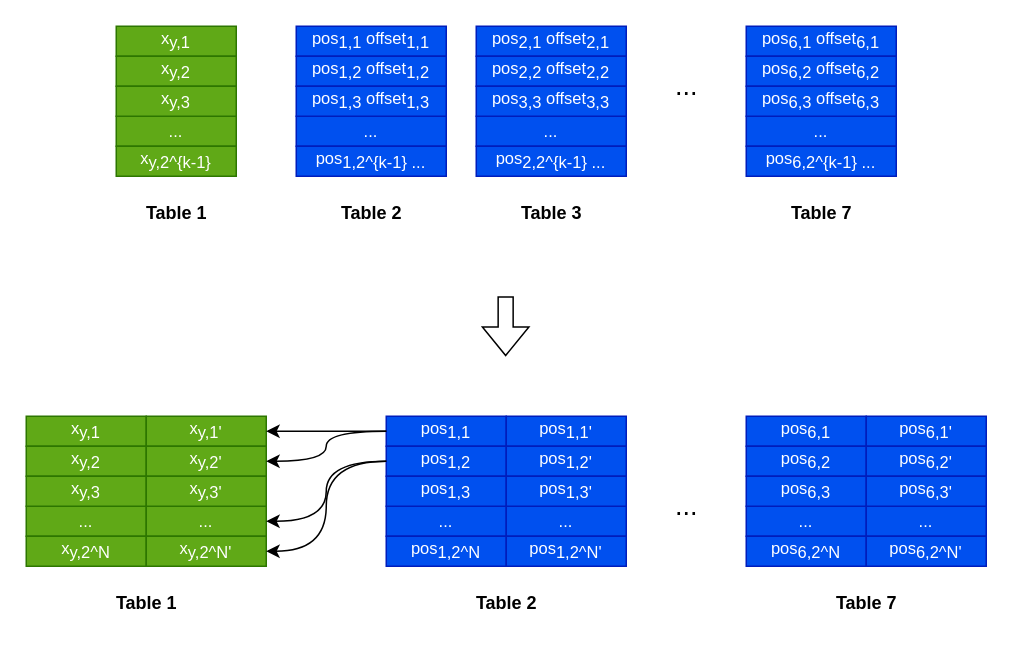
Above: page "stage3" (3 of 4) of bladebit-compression/phases.drawio in hanggrian/IIT-CS554 (draw.io), before the change. Source tidied: cells renumbered, new cells numbered last; positions are measured from the earlier drawing's top-left corner, leaving out a move shared by most shapes. Both pictures are drawn from the tidied source at 150%, with x=0, y=0 at pixel (26, 26).
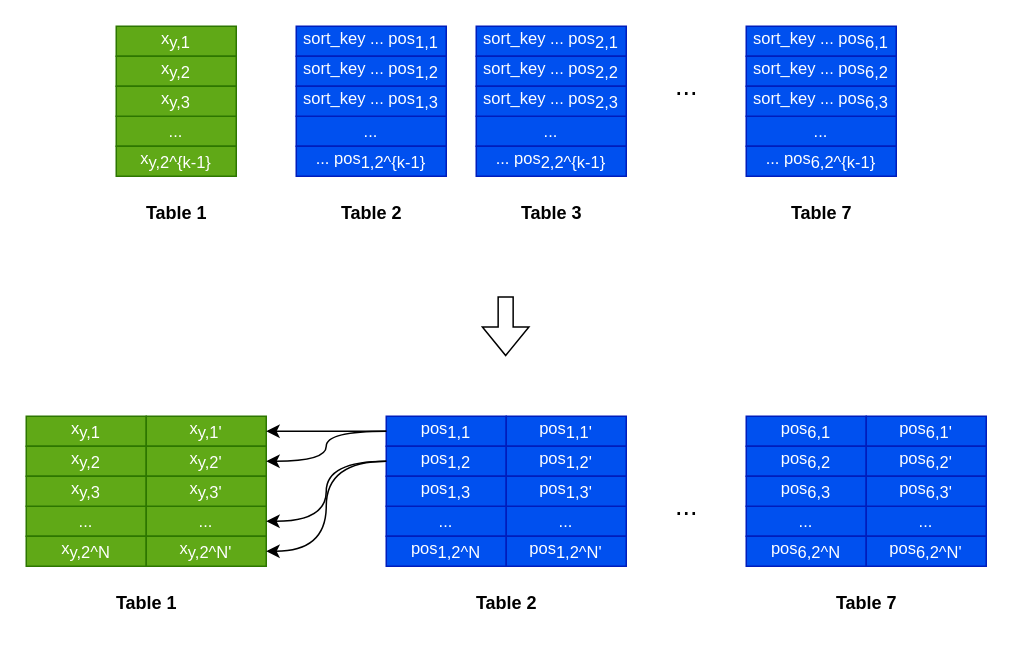
After the change.

Diff of the diagram source:
```diff
@@
-    <mxCell id="3" value="..." style="text;html=1;align=center;verticalAlign=middle;strokeColor=none;fillColor=none;fontSize=18;fontStyle=0;" parent="1" vertex="1">
-      <mxGeometry x="420" y="20" width="40" height="40" as="geometry" />
-    </mxCell>
-    <mxCell id="4" style="group;fontSize=11;" parent="1" vertex="1">
-      <mxGeometry x="60" width="80" height="100" as="geometry" />
-    </mxCell>
-    <mxCell id="5" value="x&lt;sub style=&quot;font-size: 11px;&quot;&gt;y,&lt;/sub&gt;&lt;span style=&quot;font-size: 11px;&quot;&gt;&lt;sub style=&quot;font-size: 11px;&quot;&gt;1&lt;/sub&gt;&lt;/span&gt;" style="rounded=0;whiteSpace=wrap;html=1;fontSize=11;fillColor=#60a917;fontColor=#ffffff;strokeColor=#2D7600;" parent="4" vertex="1">
-      <mxGeometry width="80" height="20" as="geometry" />
-    </mxCell>
-    <mxCell id="6" value="x&lt;sub style=&quot;font-size: 11px;&quot;&gt;y,&lt;/sub&gt;&lt;span style=&quot;font-size: 11px;&quot;&gt;&lt;sub style=&quot;font-size: 11px;&quot;&gt;2&lt;/sub&gt;&lt;/span&gt;" style="rounded=0;whiteSpace=wrap;html=1;fontSize=11;fillColor=#60a917;fontColor=#ffffff;strokeColor=#2D7600;" parent="4" vertex="1">
-      <mxGeometry y="20" width="80" height="20" as="geometry" />
-    </mxCell>
-    <mxCell id="7" value="..." style="rounded=0;whiteSpace=wrap;html=1;fontSize=11;fillColor=#60a917;fontColor=#ffffff;strokeColor=#2D7600;" parent="4" vertex="1">
-      <mxGeometry y="60" width="80" height="20" as="geometry" />
-    </mxCell>
-    <mxCell id="8" value="x&lt;sub style=&quot;font-size: 11px;&quot;&gt;y,2^{k-1}&lt;/sub&gt;" style="rounded=0;whiteSpace=wrap;html=1;fontSize=11;fillColor=#60a917;fontColor=#ffffff;strokeColor=#2D7600;" parent="4" vertex="1">
-      <mxGeometry y="80" width="80" height="20" as="geometry" />
-    </mxCell>
-    <mxCell id="9" value="x&lt;sub style=&quot;font-size: 11px;&quot;&gt;y,&lt;/sub&gt;&lt;span style=&quot;font-size: 11px;&quot;&gt;&lt;sub style=&quot;font-size: 11px;&quot;&gt;3&lt;/sub&gt;&lt;/span&gt;" style="rounded=0;whiteSpace=wrap;html=1;fontSize=11;fillColor=#60a917;fontColor=#ffffff;strokeColor=#2D7600;" parent="4" vertex="1">
-      <mxGeometry y="40" width="80" height="20" as="geometry" />
-    </mxCell>
-    <mxCell id="10" style="group;fontSize=11;" parent="1" vertex="1">
-      <mxGeometry x="180" width="100" height="100" as="geometry" />
-    </mxCell>
-    <mxCell id="11" value="pos&lt;sub style=&quot;font-size: 11px;&quot;&gt;1,1&lt;/sub&gt;&lt;span style=&quot;white-space: pre; font-size: 11px;&quot;&gt; &lt;/span&gt;offset&lt;sub style=&quot;font-size: 11px;&quot;&gt;1,1&lt;/sub&gt;" style="rounded=0;whiteSpace=wrap;html=1;fontSize=11;fillColor=#0050ef;fontColor=#ffffff;strokeColor=#001DBC;" parent="10" vertex="1">
-      <mxGeometry width="100" height="20" as="geometry" />
-    </mxCell>
-    <mxCell id="12" value="pos&lt;sub style=&quot;font-size: 11px;&quot;&gt;1,2&lt;/sub&gt;&lt;span style=&quot;white-space: pre; font-size: 11px;&quot;&gt; &lt;/span&gt;offset&lt;sub style=&quot;font-size: 11px;&quot;&gt;1,2&lt;/sub&gt;" style="rounded=0;whiteSpace=wrap;html=1;fontSize=11;fillColor=#0050ef;fontColor=#ffffff;strokeColor=#001DBC;" parent="10" vertex="1">
-      <mxGeometry y="20" width="100" height="20" as="geometry" />
-    </mxCell>
-    <mxCell id="13" value="..." style="rounded=0;whiteSpace=wrap;html=1;fontSize=11;fillColor=#0050ef;fontColor=#ffffff;strokeColor=#001DBC;" parent="10" vertex="1">
-      <mxGeometry y="60" width="100" height="20" as="geometry" />
-    </mxCell>
-    <mxCell id="14" value="pos&lt;sub style=&quot;font-size: 11px;&quot;&gt;1,2^{k-1}&lt;span style=&quot;white-space: pre; font-size: 11px;&quot;&gt; &lt;/span&gt;...&lt;/sub&gt;" style="rounded=0;whiteSpace=wrap;html=1;fontSize=11;fillColor=#0050ef;fontColor=#ffffff;strokeColor=#001DBC;" parent="10" vertex="1">
-      <mxGeometry y="80" width="100" height="20" as="geometry" />
-    </mxCell>
-    <mxCell id="15" value="pos&lt;sub style=&quot;font-size: 11px;&quot;&gt;1,3&lt;/sub&gt;&lt;span style=&quot;white-space: pre; font-size: 11px;&quot;&gt; &lt;/span&gt;offset&lt;sub style=&quot;font-size: 11px;&quot;&gt;1,3&lt;/sub&gt;" style="rounded=0;whiteSpace=wrap;html=1;fontSize=11;fillColor=#0050ef;fontColor=#ffffff;strokeColor=#001DBC;" parent="10" vertex="1">
-      <mxGeometry y="40" width="100" height="20" as="geometry" />
-    </mxCell>
-    <mxCell id="16" style="group;fontSize=11;" parent="1" vertex="1">
-      <mxGeometry x="300" width="100" height="100" as="geometry" />
-    </mxCell>
-    <mxCell id="17" value=" pos&lt;sub style=&quot;font-size: 11px;&quot;&gt;2,1&lt;span style=&quot;white-space: pre; font-size: 11px;&quot;&gt; &lt;/span&gt;&lt;/sub&gt;offset&lt;sub style=&quot;font-size: 11px;&quot;&gt;2,1&lt;/sub&gt;" style="rounded=0;whiteSpace=wrap;html=1;fontSize=11;fillColor=#0050ef;fontColor=#ffffff;strokeColor=#001DBC;" parent="16" vertex="1">
-      <mxGeometry width="100" height="20" as="geometry" />
-    </mxCell>
-    <mxCell id="18" value="pos&lt;sub style=&quot;font-size: 11px;&quot;&gt;2,2&lt;span style=&quot;white-space: pre; font-size: 11px;&quot;&gt; &lt;/span&gt;&lt;/sub&gt;offset&lt;sub style=&quot;font-size: 11px;&quot;&gt;2,2&lt;/sub&gt;" style="rounded=0;whiteSpace=wrap;html=1;fontSize=11;fillColor=#0050ef;fontColor=#ffffff;strokeColor=#001DBC;" parent="16" vertex="1">
-      <mxGeometry y="20" width="100" height="20" as="geometry" />
-    </mxCell>
-    <mxCell id="19" value="..." style="rounded=0;whiteSpace=wrap;html=1;fontSize=11;fillColor=#0050ef;fontColor=#ffffff;strokeColor=#001DBC;" parent="16" vertex="1">
-      <mxGeometry y="60" width="100" height="20" as="geometry" />
-    </mxCell>
-    <mxCell id="20" value="pos&lt;sub style=&quot;font-size: 11px;&quot;&gt;2,2^{k-1}&lt;span style=&quot;white-space: pre; font-size: 11px;&quot;&gt; &lt;/span&gt;...&lt;/sub&gt;" style="rounded=0;whiteSpace=wrap;html=1;fontSize=11;fillColor=#0050ef;fontColor=#ffffff;strokeColor=#001DBC;" parent="16" vertex="1">
-      <mxGeometry y="80" width="100" height="20" as="geometry" />
-    </mxCell>
-    <mxCell id="21" value="pos&lt;sub style=&quot;font-size: 11px;&quot;&gt;3,3&lt;span style=&quot;white-space: pre; font-size: 11px;&quot;&gt; &lt;/span&gt;&lt;/sub&gt;offset&lt;sub style=&quot;font-size: 11px;&quot;&gt;3,3&lt;/sub&gt;" style="rounded=0;whiteSpace=wrap;html=1;fontSize=11;fillColor=#0050ef;fontColor=#ffffff;strokeColor=#001DBC;" parent="16" vertex="1">
-      <mxGeometry y="40" width="100" height="20" as="geometry" />
-    </mxCell>
-    <mxCell id="22" style="group;fontSize=11;" parent="1" vertex="1">
-      <mxGeometry x="480" width="100" height="100" as="geometry" />
-    </mxCell>
-    <mxCell id="23" value="pos&lt;sub style=&quot;font-size: 11px;&quot;&gt;6,1&lt;span style=&quot;white-space: pre; font-size: 11px;&quot;&gt; &lt;/span&gt;&lt;/sub&gt;offset&lt;sub style=&quot;font-size: 11px;&quot;&gt;6,1&lt;/sub&gt;" style="rounded=0;whiteSpace=wrap;html=1;fontSize=11;fillColor=#0050ef;fontColor=#ffffff;strokeColor=#001DBC;" parent="22" vertex="1">
-      <mxGeometry width="100" height="20" as="geometry" />
-    </mxCell>
-    <mxCell id="24" value="pos&lt;sub style=&quot;font-size: 11px;&quot;&gt;6,2&lt;span style=&quot;white-space: pre; font-size: 11px;&quot;&gt; &lt;/span&gt;&lt;/sub&gt;offset&lt;sub style=&quot;font-size: 11px;&quot;&gt;6,2&lt;/sub&gt;" style="rounded=0;whiteSpace=wrap;html=1;fontSize=11;fillColor=#0050ef;fontColor=#ffffff;strokeColor=#001DBC;" parent="22" vertex="1">
-      <mxGeometry y="20" width="100" height="20" as="geometry" />
-    </mxCell>
-    <mxCell id="25" value="..." style="rounded=0;whiteSpace=wrap;html=1;fontSize=11;fillColor=#0050ef;fontColor=#ffffff;strokeColor=#001DBC;" parent="22" vertex="1">
-      <mxGeometry y="60" width="100" height="20" as="geometry" />
-    </mxCell>
-    <mxCell id="26" value="pos&lt;sub style=&quot;font-size: 11px;&quot;&gt;6,2^{k-1}&lt;span style=&quot;white-space: pre; font-size: 11px;&quot;&gt; &lt;/span&gt;...&lt;/sub&gt;" style="rounded=0;whiteSpace=wrap;html=1;fontSize=11;fillColor=#0050ef;fontColor=#ffffff;strokeColor=#001DBC;" parent="22" vertex="1">
-      <mxGeometry y="80" width="100" height="20" as="geometry" />
-    </mxCell>
-    <mxCell id="27" value="pos&lt;sub style=&quot;font-size: 11px;&quot;&gt;6,3&lt;span style=&quot;white-space: pre; font-size: 11px;&quot;&gt; &lt;/span&gt;&lt;/sub&gt;offset&lt;sub style=&quot;font-size: 11px;&quot;&gt;6,3&lt;/sub&gt;" style="rounded=0;whiteSpace=wrap;html=1;fontSize=11;fillColor=#0050ef;fontColor=#ffffff;strokeColor=#001DBC;" parent="22" vertex="1">
-      <mxGeometry y="40" width="100" height="20" as="geometry" />
-    </mxCell>
@@
+    <mxCell id="3" value="..." style="text;html=1;align=center;verticalAlign=middle;strokeColor=none;fillColor=none;fontSize=18;fontStyle=0;" parent="1" vertex="1">
+      <mxGeometry x="420" y="20" width="40" height="40" as="geometry" />
+    </mxCell>
+    <mxCell id="4" style="group;fontSize=11;" parent="1" vertex="1">
+      <mxGeometry x="60" width="80" height="100" as="geometry" />
+    </mxCell>
+    <mxCell id="5" value="&lt;font style=&quot;font-size: 11px;&quot;&gt;x&lt;sub style=&quot;font-size: 11px;&quot;&gt;y,&lt;/sub&gt;&lt;sub style=&quot;font-size: 11px;&quot;&gt;1&lt;/sub&gt;&lt;/font&gt;" style="rounded=0;whiteSpace=wrap;html=1;fontSize=11;fillColor=#60a917;fontColor=#ffffff;strokeColor=#2D7600;" parent="4" vertex="1">
+      <mxGeometry width="80" height="20" as="geometry" />
+    </mxCell>
+    <mxCell id="6" value="x&lt;sub style=&quot;font-size: 11px;&quot;&gt;y,&lt;/sub&gt;&lt;span style=&quot;font-size: 11px;&quot;&gt;&lt;sub style=&quot;font-size: 11px;&quot;&gt;2&lt;/sub&gt;&lt;/span&gt;" style="rounded=0;whiteSpace=wrap;html=1;fontSize=11;fillColor=#60a917;fontColor=#ffffff;strokeColor=#2D7600;" parent="4" vertex="1">
+      <mxGeometry y="20" width="80" height="20" as="geometry" />
+    </mxCell>
+    <mxCell id="7" value="..." style="rounded=0;whiteSpace=wrap;html=1;fontSize=11;fillColor=#60a917;fontColor=#ffffff;strokeColor=#2D7600;" parent="4" vertex="1">
+      <mxGeometry y="60" width="80" height="20" as="geometry" />
+    </mxCell>
+    <mxCell id="8" value="x&lt;sub style=&quot;font-size: 11px;&quot;&gt;y,2^{k-1}&lt;/sub&gt;" style="rounded=0;whiteSpace=wrap;html=1;fontSize=11;fillColor=#60a917;fontColor=#ffffff;strokeColor=#2D7600;" parent="4" vertex="1">
+      <mxGeometry y="80" width="80" height="20" as="geometry" />
+    </mxCell>
+    <mxCell id="9" value="x&lt;sub style=&quot;font-size: 11px;&quot;&gt;y,&lt;/sub&gt;&lt;span style=&quot;font-size: 11px;&quot;&gt;&lt;sub style=&quot;font-size: 11px;&quot;&gt;3&lt;/sub&gt;&lt;/span&gt;" style="rounded=0;whiteSpace=wrap;html=1;fontSize=11;fillColor=#60a917;fontColor=#ffffff;strokeColor=#2D7600;" parent="4" vertex="1">
+      <mxGeometry y="40" width="80" height="20" as="geometry" />
+    </mxCell>
+    <mxCell id="10" style="group;fontSize=11;" parent="1" vertex="1">
+      <mxGeometry x="180" width="100" height="100" as="geometry" />
+    </mxCell>
+    <mxCell id="73" value="sort_key ... pos&lt;sub style=&quot;font-size: 11px;&quot;&gt;1,1&lt;/sub&gt;" style="rounded=0;whiteSpace=wrap;html=1;fontSize=11;fillColor=#0050ef;fontColor=#ffffff;strokeColor=#001DBC;" parent="10" vertex="1">
+      <mxGeometry width="100" height="20" as="geometry" />
+    </mxCell>
+    <mxCell id="74" value="sort_key ... pos&lt;sub style=&quot;font-size: 11px;&quot;&gt;1,2&lt;/sub&gt;" style="rounded=0;whiteSpace=wrap;html=1;fontSize=11;fillColor=#0050ef;fontColor=#ffffff;strokeColor=#001DBC;" parent="10" vertex="1">
+      <mxGeometry y="20" width="100" height="20" as="geometry" />
+    </mxCell>
+    <mxCell id="75" value="..." style="rounded=0;whiteSpace=wrap;html=1;fontSize=11;fillColor=#0050ef;fontColor=#ffffff;strokeColor=#001DBC;" parent="10" vertex="1">
+      <mxGeometry y="60" width="100" height="20" as="geometry" />
+    </mxCell>
+    <mxCell id="76" value="... pos&lt;sub style=&quot;font-size: 11px;&quot;&gt;1,2^{k-1}&lt;/sub&gt;" style="rounded=0;whiteSpace=wrap;html=1;fontSize=11;fillColor=#0050ef;fontColor=#ffffff;strokeColor=#001DBC;" parent="10" vertex="1">
+      <mxGeometry y="80" width="100" height="20" as="geometry" />
+    </mxCell>
+    <mxCell id="77" value="sort_key ... pos&lt;sub style=&quot;font-size: 11px;&quot;&gt;1,3&lt;/sub&gt;" style="rounded=0;whiteSpace=wrap;html=1;fontSize=11;fillColor=#0050ef;fontColor=#ffffff;strokeColor=#001DBC;" parent="10" vertex="1">
+      <mxGeometry y="40" width="100" height="20" as="geometry" />
+    </mxCell>
+    <mxCell id="16" style="group;fontSize=11;" parent="1" vertex="1">
+      <mxGeometry x="300" width="100" height="100" as="geometry" />
+    </mxCell>
+    <mxCell id="78" value="sort_key ... pos&lt;sub style=&quot;font-size: 11px;&quot;&gt;2,1&lt;/sub&gt;" style="rounded=0;whiteSpace=wrap;html=1;fontSize=11;fillColor=#0050ef;fontColor=#ffffff;strokeColor=#001DBC;" parent="16" vertex="1">
+      <mxGeometry width="100" height="20" as="geometry" />
+    </mxCell>
+    <mxCell id="79" value="sort_key ... pos&lt;sub style=&quot;font-size: 11px;&quot;&gt;2,2&lt;/sub&gt;" style="rounded=0;whiteSpace=wrap;html=1;fontSize=11;fillColor=#0050ef;fontColor=#ffffff;strokeColor=#001DBC;" parent="16" vertex="1">
+      <mxGeometry y="20" width="100" height="20" as="geometry" />
+    </mxCell>
+    <mxCell id="80" value="..." style="rounded=0;whiteSpace=wrap;html=1;fontSize=11;fillColor=#0050ef;fontColor=#ffffff;strokeColor=#001DBC;" parent="16" vertex="1">
+      <mxGeometry y="60" width="100" height="20" as="geometry" />
+    </mxCell>
+    <mxCell id="81" value="... pos&lt;sub style=&quot;font-size: 11px;&quot;&gt;2,2^{k-1}&lt;/sub&gt;" style="rounded=0;whiteSpace=wrap;html=1;fontSize=11;fillColor=#0050ef;fontColor=#ffffff;strokeColor=#001DBC;" parent="16" vertex="1">
+      <mxGeometry y="80" width="100" height="20" as="geometry" />
+    </mxCell>
+    <mxCell id="82" value="sort_key ... pos&lt;sub style=&quot;font-size: 11px;&quot;&gt;2,3&lt;/sub&gt;" style="rounded=0;whiteSpace=wrap;html=1;fontSize=11;fillColor=#0050ef;fontColor=#ffffff;strokeColor=#001DBC;" parent="16" vertex="1">
+      <mxGeometry y="40" width="100" height="20" as="geometry" />
+    </mxCell>
+    <mxCell id="22" style="group;fontSize=11;" parent="1" vertex="1">
+      <mxGeometry x="480" width="100" height="100" as="geometry" />
+    </mxCell>
+    <mxCell id="83" value="sort_key ... pos&lt;sub style=&quot;font-size: 11px;&quot;&gt;6,1&lt;/sub&gt;" style="rounded=0;whiteSpace=wrap;html=1;fontSize=11;fillColor=#0050ef;fontColor=#ffffff;strokeColor=#001DBC;" parent="22" vertex="1">
+      <mxGeometry width="100" height="20" as="geometry" />
+    </mxCell>
+    <mxCell id="84" value="sort_key ... pos&lt;sub style=&quot;font-size: 11px;&quot;&gt;6,2&lt;/sub&gt;" style="rounded=0;whiteSpace=wrap;html=1;fontSize=11;fillColor=#0050ef;fontColor=#ffffff;strokeColor=#001DBC;" parent="22" vertex="1">
+      <mxGeometry y="20" width="100" height="20" as="geometry" />
+    </mxCell>
+    <mxCell id="85" value="..." style="rounded=0;whiteSpace=wrap;html=1;fontSize=11;fillColor=#0050ef;fontColor=#ffffff;strokeColor=#001DBC;" parent="22" vertex="1">
+      <mxGeometry y="60" width="100" height="20" as="geometry" />
+    </mxCell>
+    <mxCell id="86" value="... pos&lt;sub style=&quot;font-size: 11px;&quot;&gt;6,2^{k-1}&lt;/sub&gt;" style="rounded=0;whiteSpace=wrap;html=1;fontSize=11;fillColor=#0050ef;fontColor=#ffffff;strokeColor=#001DBC;" parent="22" vertex="1">
+      <mxGeometry y="80" width="100" height="20" as="geometry" />
+    </mxCell>
+    <mxCell id="87" value="sort_key ... pos&lt;sub style=&quot;font-size: 11px;&quot;&gt;6,3&lt;/sub&gt;" style="rounded=0;whiteSpace=wrap;html=1;fontSize=11;fillColor=#0050ef;fontColor=#ffffff;strokeColor=#001DBC;" parent="22" vertex="1">
+      <mxGeometry y="40" width="100" height="20" as="geometry" />
+    </mxCell>
```
